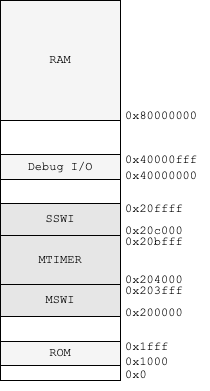
Above: basic/images/21-impl-interrupt/aclint-mmio.png in nananapo/veryl-riscv-book (draw.io), before the change. Source tidied: cells renumbered, new cells last; positions are measured from the earlier drawing's top-left corner, leaving out a move shared by most shapes. Its diagram source:
```xml
<mxGraphModel>
  <root>
    <mxCell id="0" />
    <mxCell id="1" parent="0" />
    <mxCell id="2" value="0x1000" style="text;html=1;align=left;verticalAlign=middle;whiteSpace=wrap;rounded=0;fontFamily=Courier New;" parent="1" vertex="1">
      <mxGeometry x="123" y="347" width="60" height="30" as="geometry" />
    </mxCell>
    <mxCell id="3" style="rounded=0;whiteSpace=wrap;html=1;fillColor=default;strokeColor=default;fontFamily=Courier New;" parent="1" vertex="1">
      <mxGeometry y="340" width="120" height="40" as="geometry" />
    </mxCell>
    <mxCell id="4" style="rounded=0;whiteSpace=wrap;html=1;fillColor=default;strokeColor=default;fontFamily=Courier New;" parent="1" vertex="1">
      <mxGeometry y="179" width="120" height="46" as="geometry" />
    </mxCell>
    <mxCell id="5" value="0x0" style="text;html=1;align=left;verticalAlign=middle;whiteSpace=wrap;rounded=0;fontFamily=Courier New;" parent="1" vertex="1">
      <mxGeometry x="123" y="360" width="60" height="30" as="geometry" />
    </mxCell>
    <mxCell id="6" value="0x1fff" style="text;html=1;align=left;verticalAlign=middle;whiteSpace=wrap;rounded=0;fontFamily=Courier New;" parent="1" vertex="1">
      <mxGeometry x="123" y="332" width="60" height="30" as="geometry" />
    </mxCell>
    <mxCell id="7" value="Debug I/O" style="rounded=0;whiteSpace=wrap;html=1;fillColor=#F5F5F5;fontFamily=Courier New;" parent="1" vertex="1">
      <mxGeometry y="154" width="120" height="25" as="geometry" />
    </mxCell>
    <mxCell id="8" value="0x40000fff" style="text;html=1;align=left;verticalAlign=middle;whiteSpace=wrap;rounded=0;fontFamily=Courier New;" parent="1" vertex="1">
      <mxGeometry x="123" y="145" width="86" height="30" as="geometry" />
    </mxCell>
    <mxCell id="9" value="0x40000000" style="text;html=1;align=left;verticalAlign=middle;whiteSpace=wrap;rounded=0;fontFamily=Courier New;" parent="1" vertex="1">
      <mxGeometry x="123" y="161" width="86" height="30" as="geometry" />
    </mxCell>
    <mxCell id="10" style="rounded=0;whiteSpace=wrap;html=1;fillColor=default;strokeColor=default;fontFamily=Courier New;" parent="1" vertex="1">
      <mxGeometry y="120" width="120" height="34" as="geometry" />
    </mxCell>
    <mxCell id="11" value="RAM" style="rounded=0;whiteSpace=wrap;html=1;fillColor=#F5F5F5;fontFamily=Courier New;" parent="1" vertex="1">
      <mxGeometry width="120" height="120" as="geometry" />
    </mxCell>
    <mxCell id="12" value="0x80000000" style="text;html=1;align=left;verticalAlign=middle;whiteSpace=wrap;rounded=0;fontFamily=Courier New;" parent="1" vertex="1">
      <mxGeometry x="123" y="101" width="86" height="30" as="geometry" />
    </mxCell>
    <mxCell id="13" style="rounded=0;whiteSpace=wrap;html=1;fillColor=default;strokeColor=default;fontFamily=Courier New;" parent="1" vertex="1">
      <mxGeometry y="260" width="120" height="82" as="geometry" />
    </mxCell>
    <mxCell id="14" value="MTIMER" style="rounded=0;whiteSpace=wrap;html=1;fillColor=#E6E6E6;fontFamily=Courier New;" parent="1" vertex="1">
      <mxGeometry y="235" width="120" height="49" as="geometry" />
    </mxCell>
    <mxCell id="15" value="0x20bfff" style="text;html=1;align=left;verticalAlign=middle;whiteSpace=wrap;rounded=0;fontFamily=Courier New;" parent="1" vertex="1">
      <mxGeometry x="123" y="227" width="86" height="30" as="geometry" />
    </mxCell>
    <mxCell id="16" value="0x200000" style="text;html=1;align=left;verticalAlign=middle;whiteSpace=wrap;rounded=0;fontFamily=Courier New;" parent="1" vertex="1">
      <mxGeometry x="123" y="298" width="86" height="30" as="geometry" />
    </mxCell>
    <mxCell id="17" value="ROM" style="rounded=0;whiteSpace=wrap;html=1;fillColor=#F5F5F5;fontFamily=Courier New;" parent="1" vertex="1">
      <mxGeometry y="341" width="120" height="24" as="geometry" />
    </mxCell>
    <mxCell id="18" value="0x204000" style="text;html=1;align=left;verticalAlign=middle;whiteSpace=wrap;rounded=0;fontFamily=Courier New;" parent="1" vertex="1">
      <mxGeometry x="123" y="265" width="86" height="30" as="geometry" />
    </mxCell>
    <mxCell id="19" value="MSWI" style="rounded=0;whiteSpace=wrap;html=1;fillColor=#E6E6E6;fontFamily=Courier New;" parent="1" vertex="1">
      <mxGeometry y="284" width="120" height="32" as="geometry" />
    </mxCell>
    <mxCell id="20" value="0x203fff" style="text;html=1;align=left;verticalAlign=middle;whiteSpace=wrap;rounded=0;fontFamily=Courier New;" parent="1" vertex="1">
      <mxGeometry x="123" y="276" width="86" height="30" as="geometry" />
    </mxCell>
    <mxCell id="21" value="SSWI" style="rounded=0;whiteSpace=wrap;html=1;fillColor=#E6E6E6;fontFamily=Courier New;" parent="1" vertex="1">
      <mxGeometry y="203" width="120" height="32" as="geometry" />
    </mxCell>
    <mxCell id="22" value="0x20c000" style="text;html=1;align=left;verticalAlign=middle;whiteSpace=wrap;rounded=0;fontFamily=Courier New;" parent="1" vertex="1">
      <mxGeometry x="123" y="216" width="86" height="30" as="geometry" />
    </mxCell>
    <mxCell id="23" value="0x20ffff" style="text;html=1;align=left;verticalAlign=middle;whiteSpace=wrap;rounded=0;fontFamily=Courier New;" parent="1" vertex="1">
      <mxGeometry x="123" y="194" width="86" height="30" as="geometry" />
    </mxCell>
  </root>
</mxGraphModel>
```
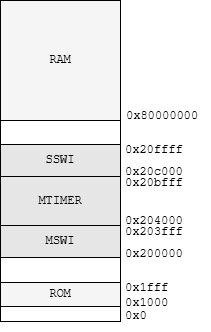
After the change.

What changed in the source:
```diff
@@ -17,23 +17,11 @@
     <mxCell id="6" value="0x1fff" style="text;html=1;align=left;verticalAlign=middle;whiteSpace=wrap;rounded=0;fontFamily=Courier New;" parent="1" vertex="1">
       <mxGeometry x="123" y="332" width="60" height="30" as="geometry" />
     </mxCell>
-    <mxCell id="7" value="Debug I/O" style="rounded=0;whiteSpace=wrap;html=1;fillColor=#F5F5F5;fontFamily=Courier New;" parent="1" vertex="1">
-      <mxGeometry y="154" width="120" height="25" as="geometry" />
-    </mxCell>
-    <mxCell id="8" value="0x40000fff" style="text;html=1;align=left;verticalAlign=middle;whiteSpace=wrap;rounded=0;fontFamily=Courier New;" parent="1" vertex="1">
-      <mxGeometry x="123" y="145" width="86" height="30" as="geometry" />
-    </mxCell>
-    <mxCell id="9" value="0x40000000" style="text;html=1;align=left;verticalAlign=middle;whiteSpace=wrap;rounded=0;fontFamily=Courier New;" parent="1" vertex="1">
-      <mxGeometry x="123" y="161" width="86" height="30" as="geometry" />
-    </mxCell>
-    <mxCell id="10" style="rounded=0;whiteSpace=wrap;html=1;fillColor=default;strokeColor=default;fontFamily=Courier New;" parent="1" vertex="1">
-      <mxGeometry y="120" width="120" height="34" as="geometry" />
-    </mxCell>
     <mxCell id="11" value="RAM" style="rounded=0;whiteSpace=wrap;html=1;fillColor=#F5F5F5;fontFamily=Courier New;" parent="1" vertex="1">
-      <mxGeometry width="120" height="120" as="geometry" />
+      <mxGeometry y="59" width="120" height="120" as="geometry" />
     </mxCell>
     <mxCell id="12" value="0x80000000" style="text;html=1;align=left;verticalAlign=middle;whiteSpace=wrap;rounded=0;fontFamily=Courier New;" parent="1" vertex="1">
-      <mxGeometry x="123" y="101" width="86" height="30" as="geometry" />
+      <mxGeometry x="124" y="160" width="86" height="30" as="geometry" />
     </mxCell>
     <mxCell id="13" style="rounded=0;whiteSpace=wrap;html=1;fillColor=default;strokeColor=default;fontFamily=Courier New;" parent="1" vertex="1">
       <mxGeometry y="260" width="120" height="82" as="geometry" />
```
